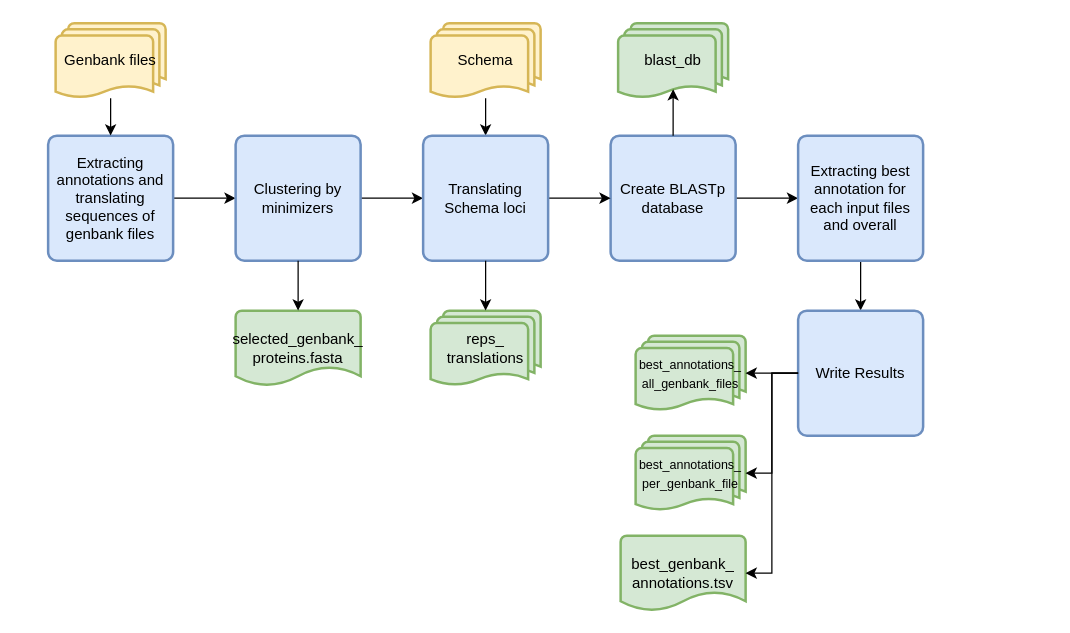
Earlier version of the draw.io diagram SchemaRefinery/docs/user/modules/source/genbank_annotation.drawio (B-UMMI/Schema_Refinery). Source tidied: cells renumbered, new cells numbered last; positions are measured from the earlier drawing's top-left corner, leaving out a move shared by most shapes. Both pictures are drawn from the tidied source at 125%, with x=0, y=0 at pixel (48, 22).
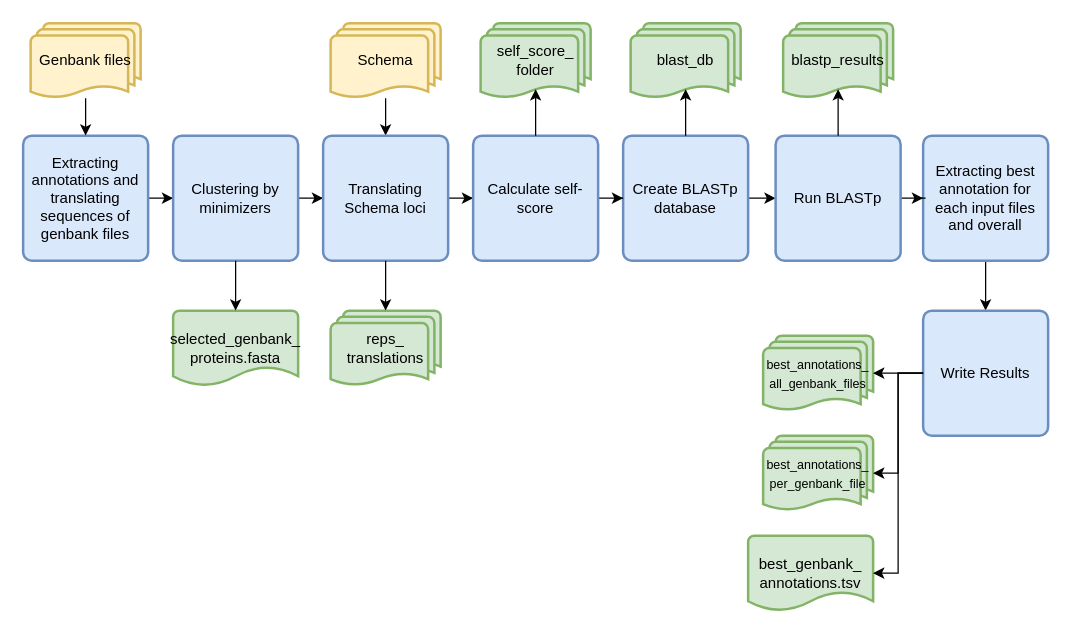
The same diagram, later.

Diff of the diagram source:
```diff
@@
     <mxCell id="3" value="Extracting annotations and translating sequences of genbank files" style="rounded=1;whiteSpace=wrap;html=1;absoluteArcSize=1;arcSize=14;strokeWidth=2;fillColor=#dae8fc;strokeColor=#6c8ebf;" parent="1" vertex="1">
-      <mxGeometry y="90" width="100" height="100" as="geometry" />
+      <mxGeometry x="-20" y="90" width="100" height="100" as="geometry" />
     </mxCell>
@@
     <mxCell id="5" value="Genbank files" style="strokeWidth=2;html=1;shape=mxgraph.flowchart.multi-document;whiteSpace=wrap;fillColor=#fff2cc;strokeColor=#d6b656;" parent="1" vertex="1">
-      <mxGeometry x="6" width="88" height="60" as="geometry" />
+      <mxGeometry x="-14" width="88" height="60" as="geometry" />
     </mxCell>
@@
     <mxCell id="7" value="Clustering by minimizers" style="rounded=1;whiteSpace=wrap;html=1;absoluteArcSize=1;arcSize=14;strokeWidth=2;fillColor=#dae8fc;strokeColor=#6c8ebf;" parent="1" vertex="1">
-      <mxGeometry x="150" y="90" width="100" height="100" as="geometry" />
+      <mxGeometry x="100" y="90" width="100" height="100" as="geometry" />
     </mxCell>
-    <mxCell id="8" style="edgeStyle=orthogonalEdgeStyle;rounded=0;jettySize=auto;html=1;" parent="1" edge="1" source="9" target="20">
-      <mxGeometry relative="1" as="geometry" />
-    </mxCell>
+    <mxCell id="29" style="edgeStyle=orthogonalEdgeStyle;rounded=0;jettySize=auto;html=1;entryX=0;entryY=0.5;entryDx=0;entryDy=0;" parent="1" edge="1" source="9" target="36">
+      <mxGeometry relative="1" as="geometry" />
+    </mxCell>
     <mxCell id="9" value="Create BLASTp database" style="rounded=1;whiteSpace=wrap;html=1;absoluteArcSize=1;arcSize=14;strokeWidth=2;fillColor=#dae8fc;strokeColor=#6c8ebf;" parent="1" vertex="1">
-      <mxGeometry x="450" y="90" width="100" height="100" as="geometry" />
+      <mxGeometry x="460" y="90" width="100" height="100" as="geometry" />
     </mxCell>
@@
     <mxCell id="11" value="Schema" style="strokeWidth=2;html=1;shape=mxgraph.flowchart.multi-document;whiteSpace=wrap;fillColor=#fff2cc;strokeColor=#d6b656;" parent="1" vertex="1">
-      <mxGeometry x="306" width="88" height="60" as="geometry" />
+      <mxGeometry x="226" width="88" height="60" as="geometry" />
     </mxCell>
-    <mxCell id="12" style="edgeStyle=orthogonalEdgeStyle;rounded=0;jettySize=auto;html=1;entryX=0;entryY=0.5;entryDx=0;entryDy=0;" parent="1" edge="1" source="13" target="9">
-      <mxGeometry relative="1" as="geometry" />
-    </mxCell>
+    <mxCell id="30" style="edgeStyle=orthogonalEdgeStyle;rounded=0;jettySize=auto;html=1;" parent="1" edge="1" source="13" target="32">
+      <mxGeometry relative="1" as="geometry" />
+    </mxCell>
     <mxCell id="13" value="Translating Schema loci" style="rounded=1;whiteSpace=wrap;html=1;absoluteArcSize=1;arcSize=14;strokeWidth=2;fillColor=#dae8fc;strokeColor=#6c8ebf;" parent="1" vertex="1">
-      <mxGeometry x="300" y="90" width="100" height="100" as="geometry" />
+      <mxGeometry x="220" y="90" width="100" height="100" as="geometry" />
     </mxCell>
     <mxCell id="14" value="reps_&lt;div&gt;translations&lt;/div&gt;" style="strokeWidth=2;html=1;shape=mxgraph.flowchart.multi-document;whiteSpace=wrap;fillColor=#d5e8d4;strokeColor=#82b366;" parent="1" vertex="1">
-      <mxGeometry x="306" y="230" width="88" height="60" as="geometry" />
+      <mxGeometry x="226" y="230" width="88" height="60" as="geometry" />
     </mxCell>
@@
     <mxCell id="16" value="selected_genbank_&lt;div&gt;proteins.fasta&lt;/div&gt;" style="strokeWidth=2;html=1;shape=mxgraph.flowchart.document2;whiteSpace=wrap;size=0.25;fillColor=#d5e8d4;strokeColor=#82b366;" parent="1" vertex="1">
-      <mxGeometry x="150" y="230" width="100" height="60" as="geometry" />
+      <mxGeometry x="100" y="230" width="100" height="60" as="geometry" />
     </mxCell>
@@
     <mxCell id="18" value="blast_db" style="strokeWidth=2;html=1;shape=mxgraph.flowchart.multi-document;whiteSpace=wrap;fillColor=#d5e8d4;strokeColor=#82b366;" parent="1" vertex="1">
-      <mxGeometry x="456" width="88" height="60" as="geometry" />
+      <mxGeometry x="466" width="88" height="60" as="geometry" />
     </mxCell>
@@
     <mxCell id="20" value="Extracting best annotation for each input files and overall" style="rounded=1;whiteSpace=wrap;html=1;absoluteArcSize=1;arcSize=14;strokeWidth=2;fillColor=#dae8fc;strokeColor=#6c8ebf;" parent="1" vertex="1">
-      <mxGeometry x="600" y="90" width="100" height="100" as="geometry" />
+      <mxGeometry x="700" y="90" width="100" height="100" as="geometry" />
     </mxCell>
     <mxCell id="21" value="Write Results" style="rounded=1;whiteSpace=wrap;html=1;absoluteArcSize=1;arcSize=14;strokeWidth=2;fillColor=#dae8fc;strokeColor=#6c8ebf;" parent="1" vertex="1">
-      <mxGeometry x="600" y="230" width="100" height="100" as="geometry" />
+      <mxGeometry x="700" y="230" width="100" height="100" as="geometry" />
     </mxCell>
     <mxCell id="22" value="&lt;font style=&quot;font-size: 10px;&quot;&gt;best_annotations_&lt;/font&gt;&lt;div&gt;&lt;font style=&quot;font-size: 10px;&quot;&gt;all_genbank_files&lt;/font&gt;&lt;/div&gt;" style="strokeWidth=2;html=1;shape=mxgraph.flowchart.multi-document;whiteSpace=wrap;fillColor=#d5e8d4;strokeColor=#82b366;" parent="1" vertex="1">
-      <mxGeometry x="470" y="250" width="88" height="60" as="geometry" />
+      <mxGeometry x="572" y="250" width="88" height="60" as="geometry" />
     </mxCell>
@@
     <mxCell id="24" value="&lt;font style=&quot;font-size: 10px;&quot;&gt;best_annotations_&lt;/font&gt;&lt;div&gt;&lt;font style=&quot;font-size: 10px;&quot;&gt;per_genbank_file&lt;/font&gt;&lt;/div&gt;" style="strokeWidth=2;html=1;shape=mxgraph.flowchart.multi-document;whiteSpace=wrap;fillColor=#d5e8d4;strokeColor=#82b366;" parent="1" vertex="1">
-      <mxGeometry x="470" y="330" width="88" height="60" as="geometry" />
+      <mxGeometry x="572" y="330" width="88" height="60" as="geometry" />
     </mxCell>
@@
     <mxCell id="26" value="best_genbank_&lt;div&gt;annotations.tsv&lt;/div&gt;" style="strokeWidth=2;html=1;shape=mxgraph.flowchart.document2;whiteSpace=wrap;size=0.25;fillColor=#d5e8d4;strokeColor=#82b366;" parent="1" vertex="1">
-      <mxGeometry x="458" y="410" width="100" height="60" as="geometry" />
+      <mxGeometry x="560" y="410" width="100" height="60" as="geometry" />
     </mxCell>
@@
+    <mxCell id="31" style="edgeStyle=orthogonalEdgeStyle;rounded=0;jettySize=auto;html=1;" parent="1" edge="1" source="32" target="9">
+      <mxGeometry relative="1" as="geometry" />
+    </mxCell>
+    <mxCell id="32" value="Calculate self-score" style="rounded=1;whiteSpace=wrap;html=1;absoluteArcSize=1;arcSize=14;strokeWidth=2;fillColor=#dae8fc;strokeColor=#6c8ebf;" parent="1" vertex="1">
+      <mxGeometry x="340" y="90" width="100" height="100" as="geometry" />
+    </mxCell>
+    <mxCell id="33" value="self_score_&lt;div&gt;folder&lt;/div&gt;" style="strokeWidth=2;html=1;shape=mxgraph.flowchart.multi-document;whiteSpace=wrap;fillColor=#d5e8d4;strokeColor=#82b366;" parent="1" vertex="1">
+      <mxGeometry x="346" width="88" height="60" as="geometry" />
+    </mxCell>
+    <mxCell id="34" style="edgeStyle=orthogonalEdgeStyle;rounded=0;jettySize=auto;html=1;entryX=0.5;entryY=0.88;entryDx=0;entryDy=0;entryPerimeter=0;" parent="1" edge="1" source="32" target="33">
+      <mxGeometry relative="1" as="geometry" />
+    </mxCell>
+    <mxCell id="35" style="edgeStyle=orthogonalEdgeStyle;rounded=0;jettySize=auto;html=1;entryX=0;entryY=0.5;entryDx=0;entryDy=0;" parent="1" edge="1" source="36" target="20">
+      <mxGeometry relative="1" as="geometry" />
+    </mxCell>
+    <mxCell id="36" value="Run BLASTp" style="rounded=1;whiteSpace=wrap;html=1;absoluteArcSize=1;arcSize=14;strokeWidth=2;fillColor=#dae8fc;strokeColor=#6c8ebf;" parent="1" vertex="1">
+      <mxGeometry x="582" y="90" width="100" height="100" as="geometry" />
+    </mxCell>
+    <mxCell id="37" value="blastp_results" style="strokeWidth=2;html=1;shape=mxgraph.flowchart.multi-document;whiteSpace=wrap;fillColor=#d5e8d4;strokeColor=#82b366;" parent="1" vertex="1">
+      <mxGeometry x="588" width="88" height="60" as="geometry" />
+    </mxCell>
+    <mxCell id="38" style="edgeStyle=orthogonalEdgeStyle;rounded=0;jettySize=auto;html=1;entryX=0.5;entryY=0.88;entryDx=0;entryDy=0;entryPerimeter=0;" parent="1" edge="1" source="36" target="37">
+      <mxGeometry relative="1" as="geometry" />
+    </mxCell>
```
